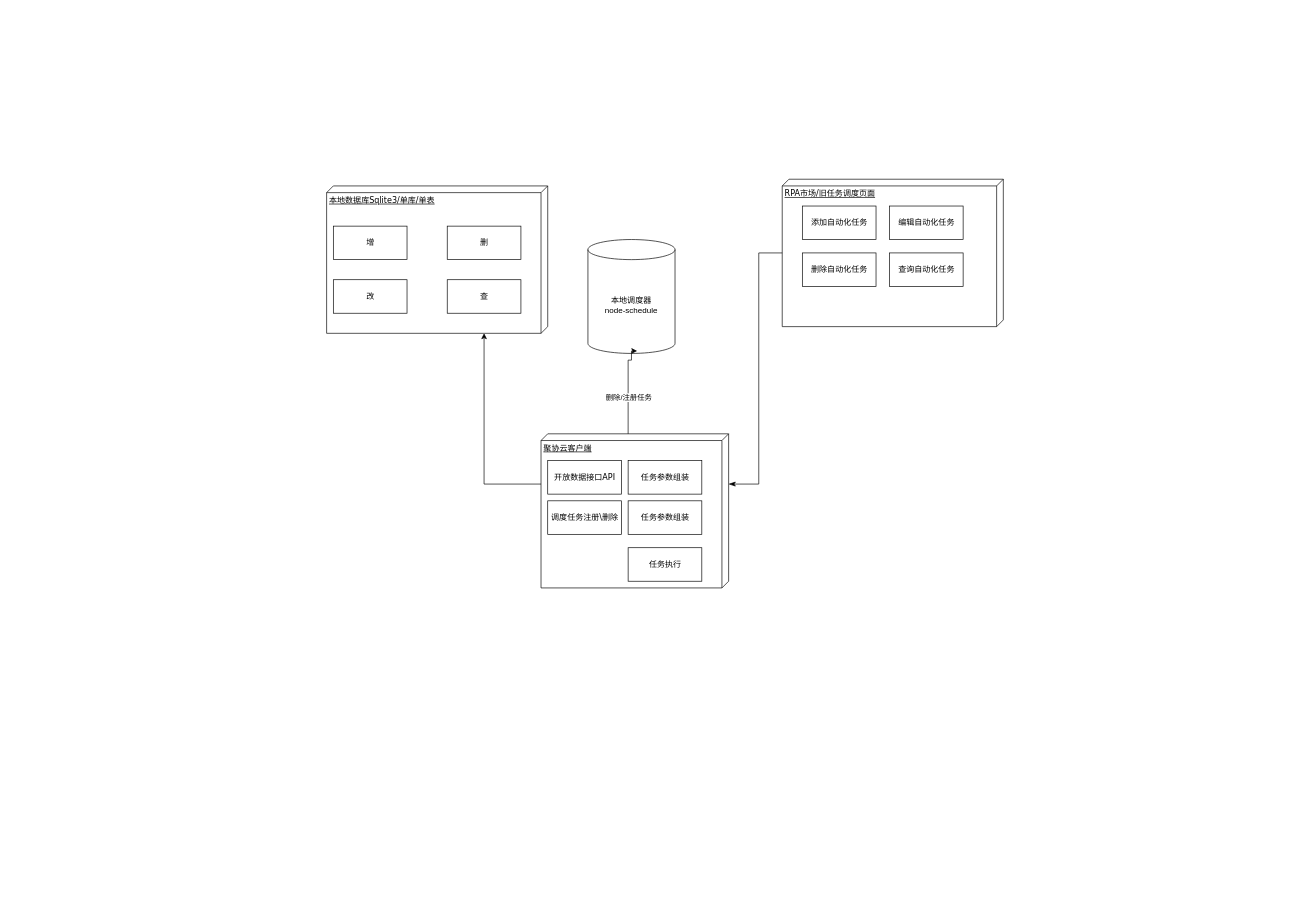
The draw.io diagram 自动化升级.drawio in hijimo/flow-pics, before the edit. Source tidied: cells renumbered, new cells numbered last; positions are measured from the earlier drawing's top-left corner, leaving out a move shared by most shapes. Both pictures are drawn from the tidied source at 67%, with x=0, y=0 at pixel (326, 179).
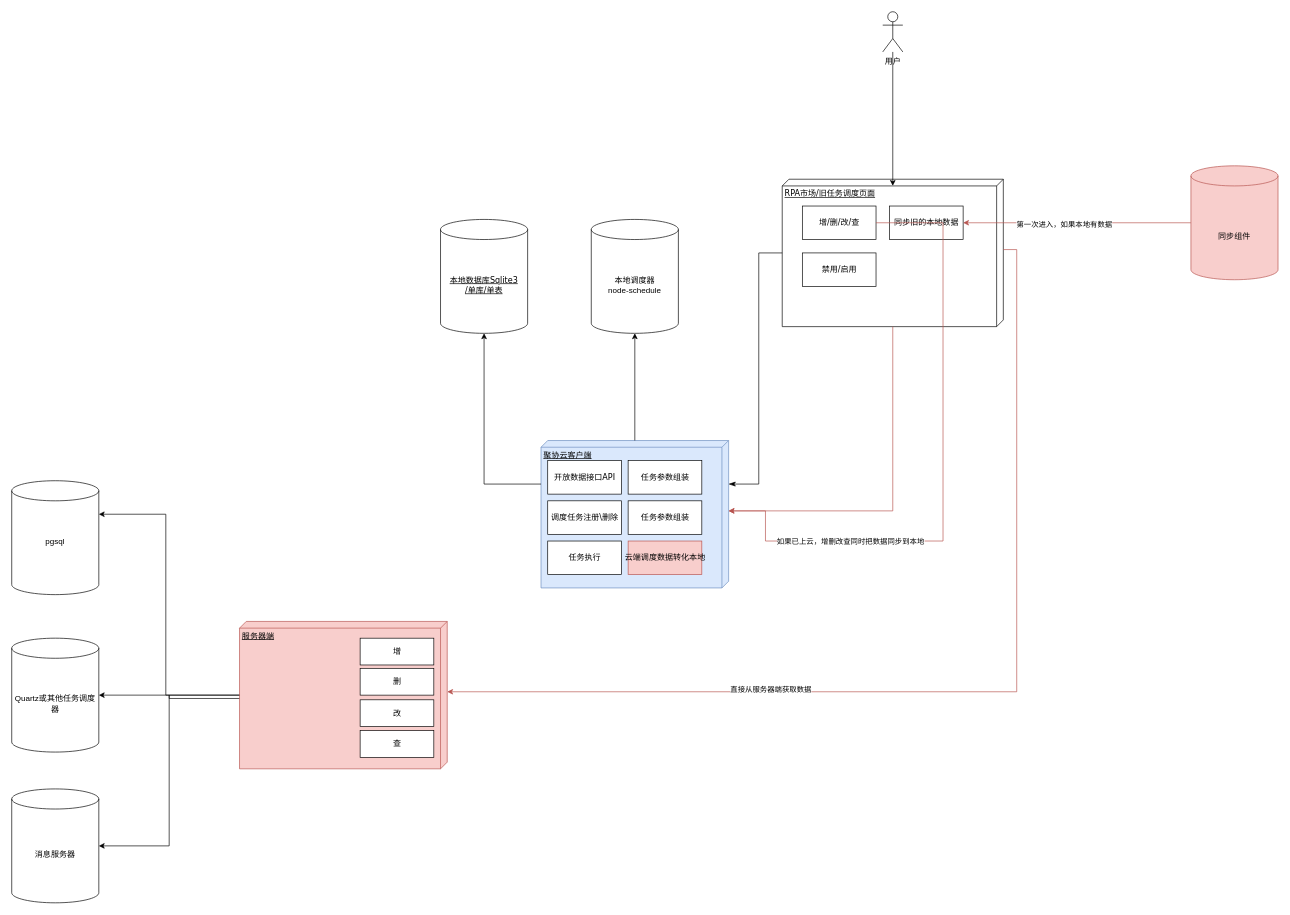
Above is the later version.

Commit message (it also covers changes not shown here):
更新自动化升级.drawio

The change refers to these unchanged cells:
```xml
<mxCell id="3" value="RPA市场/旧任务调度页面" style="verticalAlign=top;align=left;spacingTop=8;spacingLeft=2;spacingRight=12;shape=cube;size=10;direction=south;fontStyle=4;html=1;rounded=0;shadow=0;comic=0;labelBackgroundColor=none;strokeWidth=1;fontFamily=Verdana;fontSize=12;" parent="1" vertex="1">
  <mxGeometry x="680" width="330" height="220" as="geometry" />
</mxCell>
```

Diff of the diagram source:
```diff
@@
-    <mxCell id="2" value="本地数据库Sqlite3/单库/单表" style="verticalAlign=top;align=left;spacingTop=8;spacingLeft=2;spacingRight=12;shape=cube;size=10;direction=south;fontStyle=4;html=1;rounded=0;shadow=0;comic=0;labelBackgroundColor=none;strokeWidth=1;fontFamily=Verdana;fontSize=12;" parent="1" vertex="1">
-      <mxGeometry y="10" width="330" height="220" as="geometry" />
-    </mxCell>
@@
-    <mxCell id="4" value="聚协云客户端&lt;div&gt;&lt;br&gt;&lt;/div&gt;" style="verticalAlign=top;align=left;spacingTop=8;spacingLeft=2;spacingRight=12;shape=cube;size=10;direction=south;fontStyle=4;html=1;rounded=0;shadow=0;comic=0;labelBackgroundColor=none;strokeWidth=1;fontFamily=Verdana;fontSize=12;" parent="1" vertex="1">
-      <mxGeometry x="320" y="380" width="280" height="230" as="geometry" />
+    <mxCell id="4" value="聚协云客户端&lt;div&gt;&lt;br&gt;&lt;/div&gt;" style="verticalAlign=top;align=left;spacingTop=8;spacingLeft=2;spacingRight=12;shape=cube;size=10;direction=south;fontStyle=4;html=1;rounded=0;shadow=0;comic=0;labelBackgroundColor=none;strokeWidth=1;fontFamily=Verdana;fontSize=12;fillColor=#dae8fc;strokeColor=#6c8ebf;" parent="1" vertex="1">
+      <mxGeometry x="320" y="390" width="280" height="220" as="geometry" />
     </mxCell>
-    <mxCell id="5" value="添加自动化任务" style="html=1;rounded=0;shadow=0;comic=0;labelBackgroundColor=none;strokeWidth=1;fontFamily=Verdana;fontSize=12;align=center;" parent="1" vertex="1">
+    <mxCell id="5" value="增/删/改/查" style="html=1;rounded=0;shadow=0;comic=0;labelBackgroundColor=none;strokeWidth=1;fontFamily=Verdana;fontSize=12;align=center;" parent="1" vertex="1">
       <mxGeometry x="710" y="40" width="110" height="50" as="geometry" />
     </mxCell>
@@
-    <mxCell id="7" style="edgeStyle=orthogonalEdgeStyle;rounded=0;html=1;labelBackgroundColor=none;startArrow=none;startFill=0;endArrow=classic;endFill=1;fontFamily=Verdana;fontSize=12;" parent="1" edge="1" source="4" target="2">
+    <mxCell id="7" style="edgeStyle=orthogonalEdgeStyle;rounded=0;html=1;labelBackgroundColor=none;startArrow=none;startFill=0;endArrow=classic;endFill=1;fontFamily=Verdana;fontSize=12;" parent="1" edge="1" source="4">
       <mxGeometry relative="1" as="geometry">
+        <mxPoint x="235" y="230" as="targetPoint" />
         <Array as="points">
           <mxPoint x="235" y="455" />
         </Array>
       </mxGeometry>
     </mxCell>
-    <mxCell id="8" value="删除自动化任务" style="html=1;rounded=0;shadow=0;comic=0;labelBackgroundColor=none;strokeWidth=1;fontFamily=Verdana;fontSize=12;align=center;" parent="1" vertex="1">
+    <mxCell id="8" value="禁用/启用" style="html=1;rounded=0;shadow=0;comic=0;labelBackgroundColor=none;strokeWidth=1;fontFamily=Verdana;fontSize=12;align=center;" parent="1" vertex="1">
       <mxGeometry x="710" y="110" width="110" height="50" as="geometry" />
     </mxCell>
-    <mxCell id="9" value="编辑自动化任务" style="html=1;rounded=0;shadow=0;comic=0;labelBackgroundColor=none;strokeWidth=1;fontFamily=Verdana;fontSize=12;align=center;" parent="1" vertex="1">
-      <mxGeometry x="840" y="40" width="110" height="50" as="geometry" />
-    </mxCell>
-    <mxCell id="10" value="查询自动化任务" style="html=1;rounded=0;shadow=0;comic=0;labelBackgroundColor=none;strokeWidth=1;fontFamily=Verdana;fontSize=12;align=center;" parent="1" vertex="1">
-      <mxGeometry x="840" y="110" width="110" height="50" as="geometry" />
+    <mxCell id="10" value="同步旧的本地数据" style="html=1;rounded=0;shadow=0;comic=0;labelBackgroundColor=none;strokeWidth=1;fontFamily=Verdana;fontSize=12;align=center;" parent="1" vertex="1">
+      <mxGeometry x="840" y="40" width="110" height="50" as="geometry" />
     </mxCell>
-    <mxCell id="11" value="增" style="html=1;rounded=0;shadow=0;comic=0;labelBackgroundColor=none;strokeWidth=1;fontFamily=Verdana;fontSize=12;align=center;" parent="1" vertex="1">
-      <mxGeometry x="10" y="70" width="110" height="50" as="geometry" />
-    </mxCell>
-    <mxCell id="12" value="改" style="html=1;rounded=0;shadow=0;comic=0;labelBackgroundColor=none;strokeWidth=1;fontFamily=Verdana;fontSize=12;align=center;" parent="1" vertex="1">
-      <mxGeometry x="10" y="150" width="110" height="50" as="geometry" />
-    </mxCell>
-    <mxCell id="13" value="查" style="html=1;rounded=0;shadow=0;comic=0;labelBackgroundColor=none;strokeWidth=1;fontFamily=Verdana;fontSize=12;align=center;" parent="1" vertex="1">
-      <mxGeometry x="180" y="150" width="110" height="50" as="geometry" />
-    </mxCell>
-    <mxCell id="14" value="删" style="html=1;rounded=0;shadow=0;comic=0;labelBackgroundColor=none;strokeWidth=1;fontFamily=Verdana;fontSize=12;align=center;" parent="1" vertex="1">
-      <mxGeometry x="180" y="70" width="110" height="50" as="geometry" />
-    </mxCell>
     <mxCell id="15" value="本地调度器&lt;br&gt;node-schedule" style="shape=cylinder3;whiteSpace=wrap;html=1;boundedLbl=1;backgroundOutline=1;size=15;" parent="1" vertex="1">
-      <mxGeometry x="390" y="90" width="130" height="170" as="geometry" />
+      <mxGeometry x="395" y="60" width="130" height="170" as="geometry" />
     </mxCell>
-    <mxCell id="16" style="edgeStyle=orthogonalEdgeStyle;rounded=0;jettySize=auto;html=1;entryX=0.565;entryY=0.978;entryDx=0;entryDy=0;entryPerimeter=0;" parent="1" edge="1" source="4" target="15">
-      <mxGeometry relative="1" as="geometry">
-        <Array as="points">
-          <mxPoint x="450" y="270" />
-          <mxPoint x="455" y="270" />
-          <mxPoint x="455" y="256" />
-        </Array>
-      </mxGeometry>
-    </mxCell>
-    <mxCell id="17" value="删除/注册任务" style="edgeLabel;html=1;align=center;verticalAlign=middle;" parent="16" vertex="1">
-      <mxGeometry x="-0.21" relative="1" as="geometry">
-        <mxPoint y="-1" as="offset" />
-      </mxGeometry>
-    </mxCell>
@@
     <mxCell id="22" value="任务执行" style="html=1;rounded=0;shadow=0;comic=0;labelBackgroundColor=none;strokeWidth=1;fontFamily=Verdana;fontSize=12;align=center;" parent="1" vertex="1">
-      <mxGeometry x="450" y="550" width="110" height="50" as="geometry" />
+      <mxGeometry x="330" y="540" width="110" height="50" as="geometry" />
     </mxCell>
+    <mxCell id="23" style="edgeStyle=orthogonalEdgeStyle;rounded=0;jettySize=auto;html=1;exitX=0;exitY=0;exitDx=115;exitDy=290;exitPerimeter=0;" parent="1" edge="1" source="25" target="27">
+      <mxGeometry relative="1" as="geometry" />
+    </mxCell>
+    <mxCell id="24" style="edgeStyle=orthogonalEdgeStyle;rounded=0;jettySize=auto;html=1;entryX=1;entryY=0.5;entryDx=0;entryDy=0;entryPerimeter=0;" parent="1" edge="1" source="25" target="29">
+      <mxGeometry relative="1" as="geometry" />
+    </mxCell>
+    <mxCell id="25" value="服务器端" style="verticalAlign=top;align=left;spacingTop=8;spacingLeft=2;spacingRight=12;shape=cube;size=10;direction=south;fontStyle=4;html=1;rounded=0;shadow=0;comic=0;labelBackgroundColor=none;strokeWidth=1;fontFamily=Verdana;fontSize=12;fillColor=#f8cecc;strokeColor=#b85450;" parent="1" vertex="1">
+      <mxGeometry x="-130" y="660" width="310" height="220" as="geometry" />
+    </mxCell>
+    <mxCell id="26" value="pgsql&lt;div&gt;&lt;br&gt;&lt;/div&gt;" style="shape=cylinder3;whiteSpace=wrap;html=1;boundedLbl=1;backgroundOutline=1;size=15;" parent="1" vertex="1">
+      <mxGeometry x="-470" y="450" width="130" height="170" as="geometry" />
+    </mxCell>
+    <mxCell id="27" value="&lt;div&gt;Quartz或其他任务调度器&lt;/div&gt;" style="shape=cylinder3;whiteSpace=wrap;html=1;boundedLbl=1;backgroundOutline=1;size=15;" parent="1" vertex="1">
+      <mxGeometry x="-470" y="685" width="130" height="170" as="geometry" />
+    </mxCell>
+    <mxCell id="28" style="edgeStyle=orthogonalEdgeStyle;rounded=0;jettySize=auto;html=1;entryX=1;entryY=0;entryDx=0;entryDy=50;entryPerimeter=0;" parent="1" edge="1" source="25" target="26">
+      <mxGeometry relative="1" as="geometry">
+        <Array as="points">
+          <mxPoint x="-240" y="770" />
+          <mxPoint x="-240" y="500" />
+        </Array>
+      </mxGeometry>
+    </mxCell>
+    <mxCell id="29" value="消息服务器" style="shape=cylinder3;whiteSpace=wrap;html=1;boundedLbl=1;backgroundOutline=1;size=15;" parent="1" vertex="1">
+      <mxGeometry x="-470" y="910" width="130" height="170" as="geometry" />
+    </mxCell>
+    <mxCell id="11" value="增" style="html=1;rounded=0;shadow=0;comic=0;labelBackgroundColor=none;strokeWidth=1;fontFamily=Verdana;fontSize=12;align=center;" parent="1" vertex="1">
+      <mxGeometry x="50" y="685" width="110" height="40" as="geometry" />
+    </mxCell>
+    <mxCell id="14" value="删" style="html=1;rounded=0;shadow=0;comic=0;labelBackgroundColor=none;strokeWidth=1;fontFamily=Verdana;fontSize=12;align=center;" parent="1" vertex="1">
+      <mxGeometry x="50" y="730" width="110" height="40" as="geometry" />
+    </mxCell>
+    <mxCell id="12" value="改" style="html=1;rounded=0;shadow=0;comic=0;labelBackgroundColor=none;strokeWidth=1;fontFamily=Verdana;fontSize=12;align=center;" parent="1" vertex="1">
+      <mxGeometry x="50" y="777" width="110" height="40" as="geometry" />
+    </mxCell>
+    <mxCell id="13" value="查" style="html=1;rounded=0;shadow=0;comic=0;labelBackgroundColor=none;strokeWidth=1;fontFamily=Verdana;fontSize=12;align=center;" parent="1" vertex="1">
+      <mxGeometry x="50" y="823" width="110" height="40" as="geometry" />
+    </mxCell>
+    <mxCell id="30" value="&lt;span style=&quot;font-family: Verdana; text-align: left; text-wrap-mode: nowrap; text-decoration-line: underline;&quot;&gt;本地数据库Sqlite3&lt;/span&gt;&lt;div&gt;&lt;span style=&quot;font-family: Verdana; text-align: left; text-wrap-mode: nowrap; text-decoration-line: underline;&quot;&gt;/单库/单表&lt;/span&gt;&lt;/div&gt;" style="shape=cylinder3;whiteSpace=wrap;html=1;boundedLbl=1;backgroundOutline=1;size=15;" parent="1" vertex="1">
+      <mxGeometry x="170" y="60" width="130" height="170" as="geometry" />
+    </mxCell>
+    <mxCell id="16" style="edgeStyle=orthogonalEdgeStyle;rounded=0;jettySize=auto;html=1;entryX=0.5;entryY=1;entryDx=0;entryDy=0;entryPerimeter=0;" parent="1" edge="1" source="4" target="15">
+      <mxGeometry relative="1" as="geometry" />
+    </mxCell>
+    <mxCell id="31" style="edgeStyle=orthogonalEdgeStyle;rounded=0;jettySize=auto;html=1;entryX=0;entryY=0;entryDx=105;entryDy=0;entryPerimeter=0;fillColor=#f8cecc;strokeColor=#b85450;" parent="1" edge="1" source="3" target="4">
+      <mxGeometry relative="1" as="geometry">
+        <Array as="points">
+          <mxPoint x="845" y="495" />
+        </Array>
+      </mxGeometry>
+    </mxCell>
+    <mxCell id="32" style="edgeStyle=orthogonalEdgeStyle;rounded=0;jettySize=auto;html=1;entryX=0;entryY=0;entryDx=105;entryDy=0;entryPerimeter=0;fillColor=#f8cecc;strokeColor=#b85450;exitX=0;exitY=0;exitDx=105;exitDy=0;exitPerimeter=0;" parent="1" edge="1" source="3" target="25">
+      <mxGeometry relative="1" as="geometry" />
+    </mxCell>
+    <mxCell id="33" value="直接从服务器端获取数据" style="edgeLabel;html=1;align=center;verticalAlign=middle;" parent="32" vertex="1">
+      <mxGeometry x="0.37" y="-4" relative="1" as="geometry" />
+    </mxCell>
+    <mxCell id="34" value="用户" style="shape=umlActor;verticalLabelPosition=bottom;verticalAlign=top;html=1;outlineConnect=0;" parent="1" vertex="1">
+      <mxGeometry x="830" y="-250" width="30" height="60" as="geometry" />
+    </mxCell>
+    <mxCell id="35" style="edgeStyle=orthogonalEdgeStyle;rounded=0;jettySize=auto;html=1;entryX=0.045;entryY=0.5;entryDx=0;entryDy=0;entryPerimeter=0;" parent="1" edge="1" source="34" target="3">
+      <mxGeometry relative="1" as="geometry" />
+    </mxCell>
+    <mxCell id="36" style="edgeStyle=orthogonalEdgeStyle;rounded=0;jettySize=auto;html=1;fillColor=#f8cecc;strokeColor=#b85450;" parent="1" edge="1" source="38" target="10">
+      <mxGeometry relative="1" as="geometry" />
+    </mxCell>
+    <mxCell id="37" value="第一次进入，如果本地有数据" style="edgeLabel;html=1;align=center;verticalAlign=middle;" parent="36" vertex="1">
+      <mxGeometry x="0.12" y="2" relative="1" as="geometry" />
+    </mxCell>
+    <mxCell id="38" value="&lt;br&gt;&lt;div&gt;同步组件&lt;/div&gt;" style="shape=cylinder3;whiteSpace=wrap;html=1;boundedLbl=1;backgroundOutline=1;size=15;fillColor=#f8cecc;strokeColor=#b85450;" parent="1" vertex="1">
+      <mxGeometry x="1290" y="-20" width="130" height="170" as="geometry" />
+    </mxCell>
+    <mxCell id="39" style="edgeStyle=orthogonalEdgeStyle;rounded=0;jettySize=auto;html=1;entryX=0;entryY=0;entryDx=105;entryDy=0;entryPerimeter=0;fillColor=#f8cecc;strokeColor=#b85450;" parent="1" edge="1" source="5" target="4">
+      <mxGeometry relative="1" as="geometry">
+        <Array as="points">
+          <mxPoint x="920" y="65" />
+          <mxPoint x="920" y="540" />
+          <mxPoint x="655" y="540" />
+          <mxPoint x="655" y="495" />
+        </Array>
+      </mxGeometry>
+    </mxCell>
+    <mxCell id="40" value="如果已上云，增删改查同时把数据同步到本地" style="edgeLabel;html=1;align=center;verticalAlign=middle;" parent="39" vertex="1">
+      <mxGeometry x="0.52" relative="1" as="geometry" />
+    </mxCell>
+    <mxCell id="41" value="云端调度数据转化本地" style="html=1;rounded=0;shadow=0;comic=0;labelBackgroundColor=none;strokeWidth=1;fontFamily=Verdana;fontSize=12;align=center;fillColor=#f8cecc;strokeColor=#b85450;" parent="1" vertex="1">
+      <mxGeometry x="450" y="540" width="110" height="50" as="geometry" />
+    </mxCell>
```
